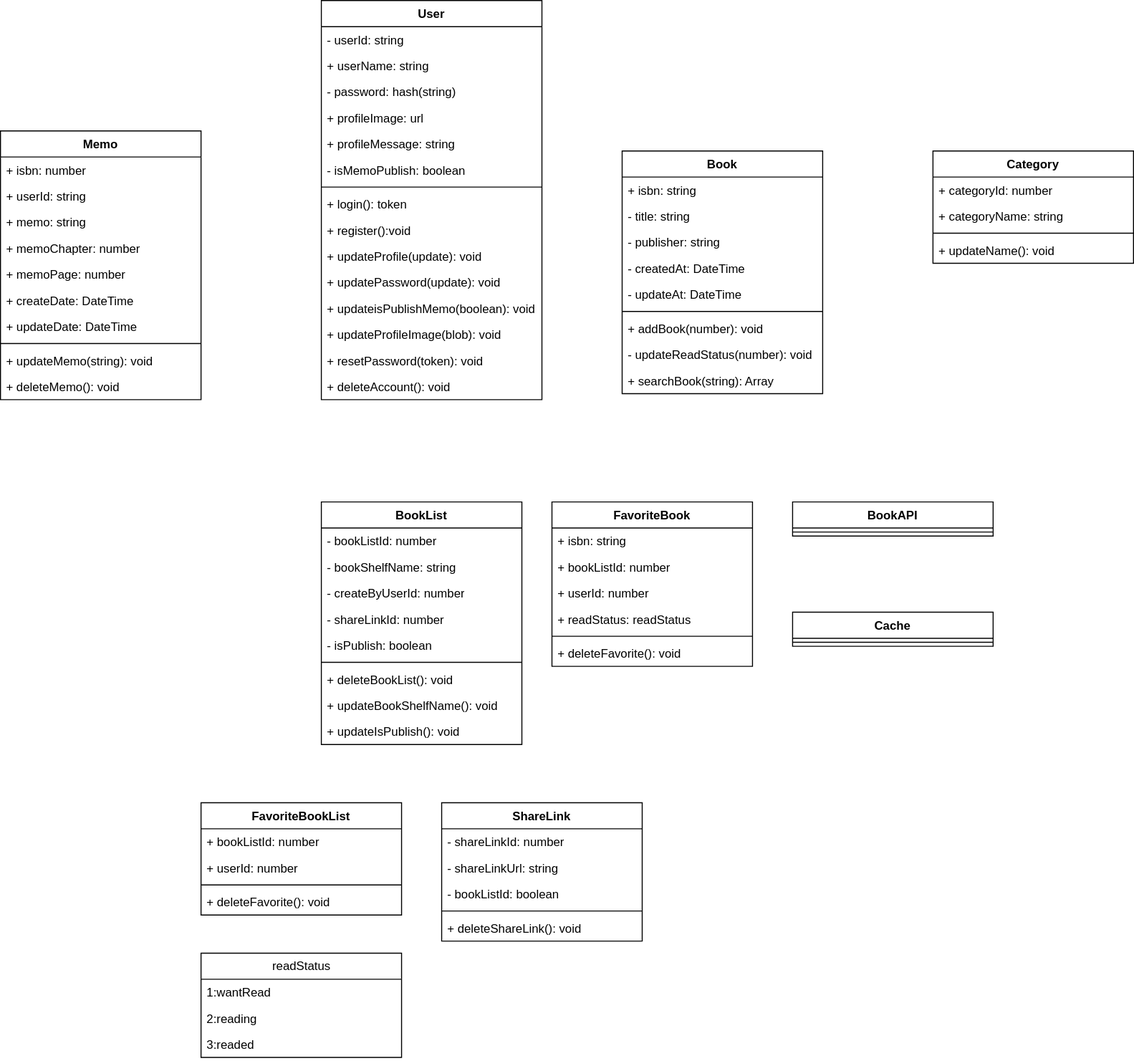
ar4rpon/practice_docker keeps this draw.io diagram as _docs/UML/class.drawio.svg. Above is the earlier version. Source tidied: cells renumbered, new cells last; positions are measured from the earlier drawing's top-left corner, leaving out a move shared by most shapes.
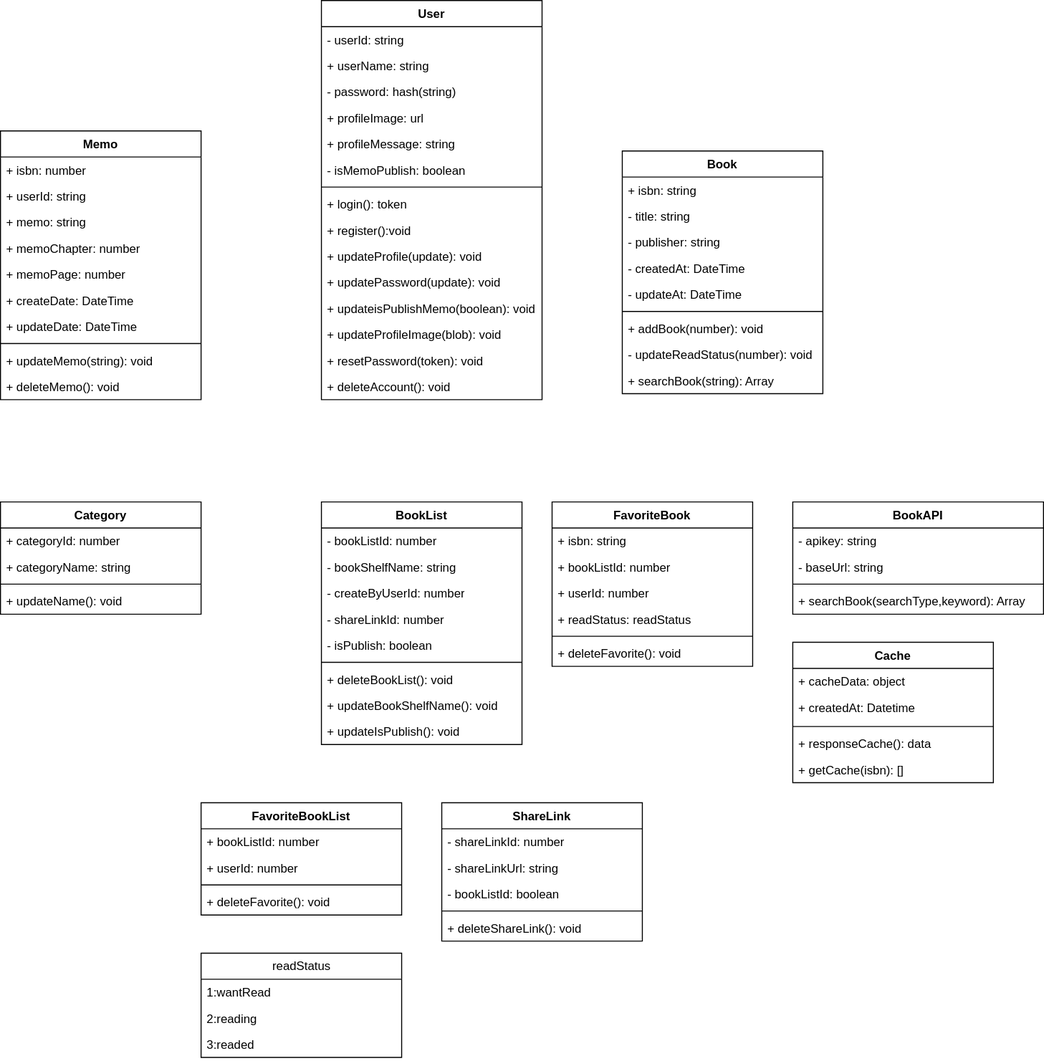
The same file after the commit.

Commit message:
docs:クラス図修正

The edit, as a diff of the source:
```diff
@@ -171,7 +171,7 @@
       <mxGeometry y="78" width="200" height="26" as="geometry" />
     </mxCell>
     <mxCell id="58" value="Category" style="swimlane;fontStyle=1;align=center;verticalAlign=top;horizontal=1;startSize=26;" parent="1" vertex="1">
-      <mxGeometry x="930" y="150" width="200" height="112" as="geometry" />
+      <mxGeometry y="500" width="200" height="112" as="geometry" />
     </mxCell>
     <mxCell id="59" value="+ categoryId: number" style="text;strokeColor=none;fillColor=none;align=left;verticalAlign=top;spacingLeft=4;spacingRight=4;overflow=hidden;" parent="58" vertex="1">
       <mxGeometry y="26" width="200" height="26" as="geometry" />
@@ -225,16 +225,37 @@
       <mxGeometry y="112" width="200" height="26" as="geometry" />
     </mxCell>
     <mxCell id="76" value="Cache" style="swimlane;fontStyle=1;align=center;verticalAlign=top;horizontal=1;startSize=26;" parent="1" vertex="1">
-      <mxGeometry x="790" y="610" width="200" height="34" as="geometry" />
+      <mxGeometry x="790" y="640" width="200" height="140" as="geometry" />
     </mxCell>
+    <mxCell id="80" value="+ cacheData: object" style="text;strokeColor=none;fillColor=none;align=left;verticalAlign=top;spacingLeft=4;spacingRight=4;overflow=hidden;" parent="76" vertex="1">
+      <mxGeometry y="26" width="200" height="26" as="geometry" />
+    </mxCell>
+    <mxCell id="81" value="+ createdAt: Datetime" style="text;strokeColor=none;fillColor=none;align=left;verticalAlign=top;spacingLeft=4;spacingRight=4;overflow=hidden;" parent="76" vertex="1">
+      <mxGeometry y="52" width="200" height="28" as="geometry" />
+    </mxCell>
     <mxCell id="77" style="line;strokeWidth=1;fillColor=none;align=left;verticalAlign=middle;spacingTop=-1;spacingLeft=3;spacingRight=3;labelPosition=right;strokeColor=inherit;" parent="76" vertex="1">
-      <mxGeometry y="26" width="200" height="8" as="geometry" />
+      <mxGeometry y="80" width="200" height="8" as="geometry" />
     </mxCell>
+    <mxCell id="82" value="+ responseCache(): data" style="text;strokeColor=none;fillColor=none;align=left;verticalAlign=top;spacingLeft=4;spacingRight=4;overflow=hidden;" parent="76" vertex="1">
+      <mxGeometry y="88" width="200" height="26" as="geometry" />
+    </mxCell>
+    <mxCell id="83" value="+ getCache(isbn): []" style="text;strokeColor=none;fillColor=none;align=left;verticalAlign=top;spacingLeft=4;spacingRight=4;overflow=hidden;" parent="76" vertex="1">
+      <mxGeometry y="114" width="200" height="26" as="geometry" />
+    </mxCell>
     <mxCell id="78" value="BookAPI" style="swimlane;fontStyle=1;align=center;verticalAlign=top;horizontal=1;startSize=26;" parent="1" vertex="1">
-      <mxGeometry x="790" y="500" width="200" height="34" as="geometry" />
+      <mxGeometry x="790" y="500" width="250" height="112" as="geometry" />
     </mxCell>
+    <mxCell id="84" value="- apikey: string" style="text;strokeColor=none;fillColor=none;align=left;verticalAlign=top;spacingLeft=4;spacingRight=4;overflow=hidden;" parent="78" vertex="1">
+      <mxGeometry y="26" width="250" height="26" as="geometry" />
+    </mxCell>
+    <mxCell id="85" value="- baseUrl: string" style="text;strokeColor=none;fillColor=none;align=left;verticalAlign=top;spacingLeft=4;spacingRight=4;overflow=hidden;" parent="78" vertex="1">
+      <mxGeometry y="52" width="250" height="26" as="geometry" />
+    </mxCell>
     <mxCell id="79" style="line;strokeWidth=1;fillColor=none;align=left;verticalAlign=middle;spacingTop=-1;spacingLeft=3;spacingRight=3;labelPosition=right;strokeColor=inherit;" parent="78" vertex="1">
-      <mxGeometry y="26" width="200" height="8" as="geometry" />
+      <mxGeometry y="78" width="250" height="8" as="geometry" />
     </mxCell>
+    <mxCell id="86" value="+ searchBook(searchType,keyword): Array" style="text;strokeColor=none;fillColor=none;align=left;verticalAlign=top;spacingLeft=4;spacingRight=4;overflow=hidden;" parent="78" vertex="1">
+      <mxGeometry y="86" width="250" height="26" as="geometry" />
+    </mxCell>
   </root>
 </mxGraphModel>
```
